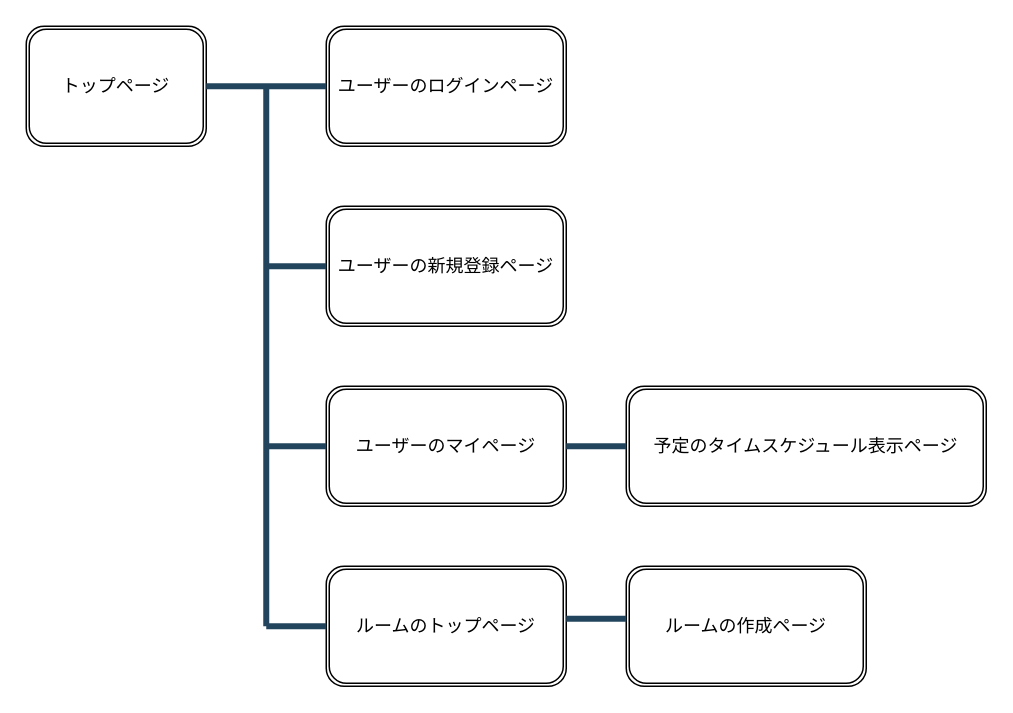
This is Screen_transition.dio from gessodog/schedule_share, a draw.io file, before an edit. Source tidied: cells renumbered, new cells numbered last; positions are measured from the earlier drawing's top-left corner, leaving out a move shared by most shapes. Both pictures are drawn from the tidied source at 150%, with x=0, y=0 at pixel (26, 26).
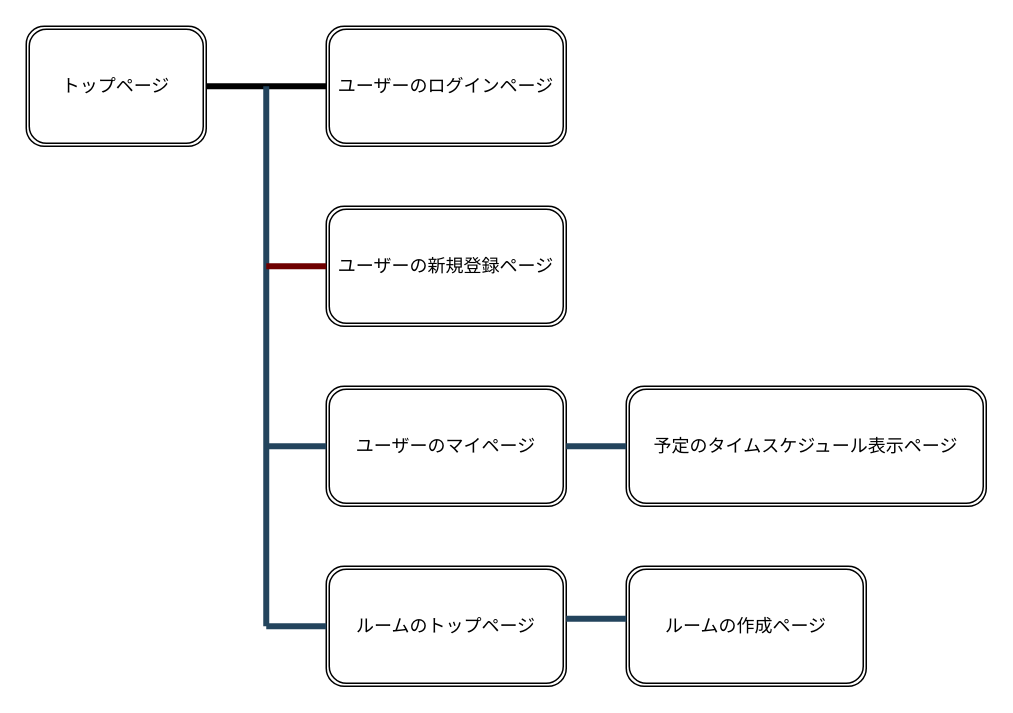
Above is the later version.

What changed in the source:
```diff
@@
 <mxGraphModel>
   <root>
     <mxCell id="0" />
     <mxCell id="1" parent="0" />
     <mxCell id="2" style="edgeStyle=none;html=1;exitX=1;exitY=0.5;exitDx=0;exitDy=0;entryX=1;entryY=0.5;entryDx=0;entryDy=0;entryPerimeter=0;" parent="1" edge="1" source="3" target="3">
       <mxGeometry relative="1" as="geometry" />
     </mxCell>
     <mxCell id="3" value="トップページ" style="shape=ext;double=1;rounded=1;whiteSpace=wrap;html=1;" parent="1" vertex="1">
       <mxGeometry width="120" height="80" as="geometry" />
     </mxCell>
     <mxCell id="4" value="ユーザーのログインページ" style="shape=ext;double=1;rounded=1;whiteSpace=wrap;html=1;" parent="1" vertex="1">
       <mxGeometry x="200" width="160" height="80" as="geometry" />
     </mxCell>
-    <mxCell id="5" style="line;strokeWidth=4;html=1;perimeter=backbonePerimeter;fillColor=#bac8d3;strokeColor=#23445d;" parent="1" vertex="1">
+    <mxCell id="5" style="line;strokeWidth=4;html=1;perimeter=backbonePerimeter;fillColor=none;" parent="1" vertex="1">
       <mxGeometry x="120" y="35" width="80" height="10" as="geometry" />
     </mxCell>
     <mxCell id="6" value="ユーザーの新規登録ページ" style="shape=ext;double=1;rounded=1;whiteSpace=wrap;html=1;" parent="1" vertex="1">
       <mxGeometry x="200" y="120" width="160" height="80" as="geometry" />
     </mxCell>
     <mxCell id="7" value="ユーザーのマイページ" style="shape=ext;double=1;rounded=1;whiteSpace=wrap;html=1;" parent="1" vertex="1">
       <mxGeometry x="200" y="240" width="160" height="80" as="geometry" />
     </mxCell>
     <mxCell id="8" value="ルームのトップページ" style="shape=ext;double=1;rounded=1;whiteSpace=wrap;html=1;" parent="1" vertex="1">
       <mxGeometry x="200" y="360" width="160" height="80" as="geometry" />
     </mxCell>
     <mxCell id="9" style="line;strokeWidth=4;direction=south;html=1;perimeter=backbonePerimeter;fillColor=#bac8d3;strokeColor=#23445d;" parent="1" vertex="1">
       <mxGeometry x="155" y="40" width="10" height="360" as="geometry" />
     </mxCell>
-    <mxCell id="10" style="line;strokeWidth=4;html=1;perimeter=backbonePerimeter;fillColor=#bac8d3;strokeColor=#23445d;" parent="1" vertex="1">
+    <mxCell id="10" style="line;strokeWidth=4;html=1;perimeter=backbonePerimeter;fillColor=#a20025;strokeColor=#6F0000;fontColor=#ffffff;" parent="1" vertex="1">
       <mxGeometry x="160" y="155" width="40" height="10" as="geometry" />
     </mxCell>
     <mxCell id="11" style="line;strokeWidth=4;html=1;perimeter=backbonePerimeter;fillColor=#bac8d3;strokeColor=#23445d;" parent="1" vertex="1">
       <mxGeometry x="160" y="275" width="40" height="10" as="geometry" />
     </mxCell>
     <mxCell id="12" style="line;strokeWidth=4;html=1;perimeter=backbonePerimeter;fillColor=#bac8d3;strokeColor=#23445d;" parent="1" vertex="1">
       <mxGeometry x="160" y="395" width="40" height="10" as="geometry" />
     </mxCell>
     <mxCell id="13" value="予定のタイムスケジュール表示ページ" style="shape=ext;double=1;rounded=1;whiteSpace=wrap;html=1;" parent="1" vertex="1">
       <mxGeometry x="400" y="240" width="240" height="80" as="geometry" />
     </mxCell>
     <mxCell id="14" style="line;strokeWidth=4;html=1;fillColor=#bac8d3;strokeColor=#23445d;" parent="1" vertex="1">
       <mxGeometry x="360" y="275" width="40" height="10" as="geometry" />
     </mxCell>
     <mxCell id="15" value="ルームの作成ページ" style="shape=ext;double=1;rounded=1;whiteSpace=wrap;html=1;" parent="1" vertex="1">
       <mxGeometry x="400" y="360" width="160" height="80" as="geometry" />
     </mxCell>
     <mxCell id="16" style="line;strokeWidth=4;html=1;fillColor=#bac8d3;strokeColor=#23445d;" parent="1" vertex="1">
       <mxGeometry x="360" y="390" width="40" height="10" as="geometry" />
     </mxCell>
   </root>
 </mxGraphModel>
```
